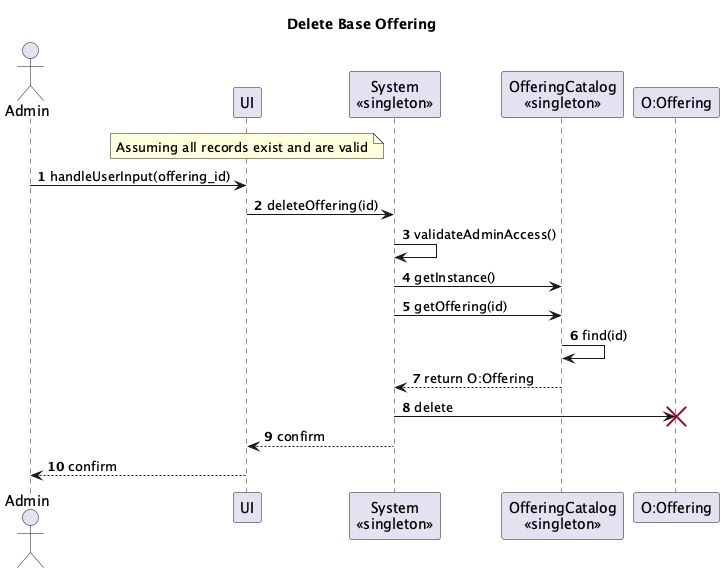
vibqetowi/soen-342-project keeps this PlantUML diagram as System-Diagrams/UML Interaction/Admin/Admin-Interaction-Diagrams_005.png. Above is the earlier version.
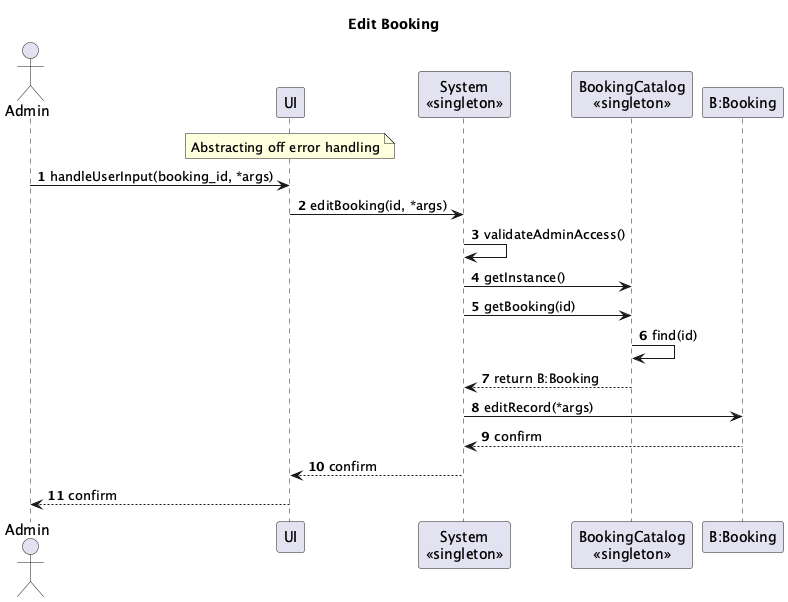
The same diagram one commit later.

Change to the diagram source:
```diff
@@ -2,26 +2,28 @@
 actor Admin
 participant UI
 participant "System\n<<singleton>>" as System
-participant "OfferingCatalog\n<<singleton>>" as OfferingCatalog
-participant "O:Offering" as Offering
+participant "BookingCatalog\n<<singleton>>" as BookingCatalog
+participant "B:Booking" as Booking
 
-title Delete Base Offering
+title Edit Booking
 
 note over UI
-Assuming all records exist and are valid
+Abstracting off error handling
 end note
 
 autonumber
 
-Admin -> UI: handleUserInput(offering_id)
-UI -> System: deleteOffering(id)
+Admin -> UI: handleUserInput(booking_id, *args)
+UI -> System: editBooking(id, *args)
 
 System -> System: validateAdminAccess()
-System -> OfferingCatalog: getInstance()
-System -> OfferingCatalog: getOffering(id)
-OfferingCatalog -> OfferingCatalog: find(id)
-OfferingCatalog --> System: return O:Offering
-System -> Offering !!: delete
+System -> BookingCatalog: getInstance()
+System -> BookingCatalog: getBooking(id)
+BookingCatalog -> BookingCatalog: find(id)
+BookingCatalog --> System: return B:Booking
+
+System -> Booking: editRecord(*args)
+Booking --> System: confirm
 System --> UI: confirm
 UI --> Admin: confirm
 @enduml
```
